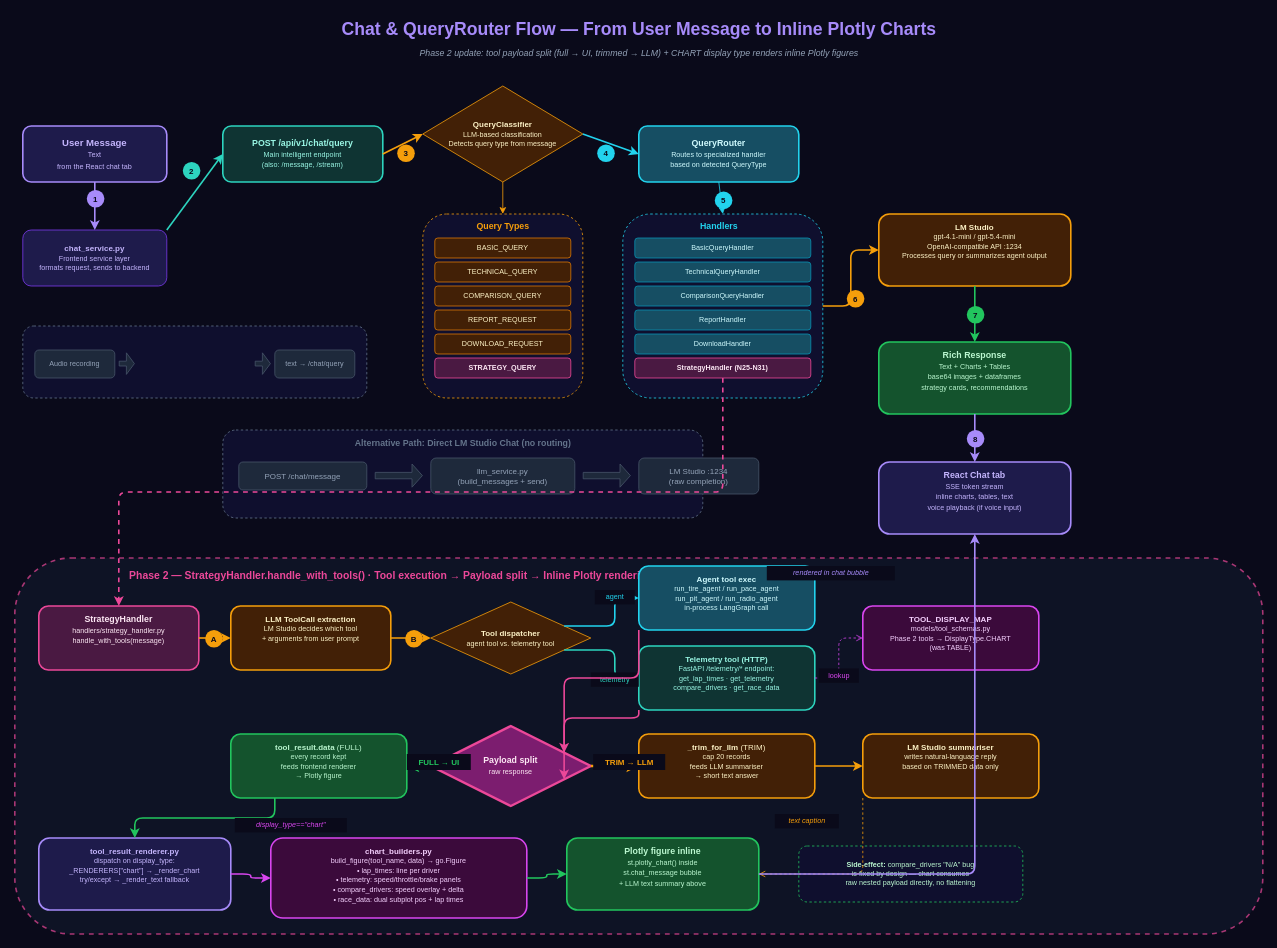
Before: documents/dev_docs/diagrams/chat_mcp_flow.drawio in VforVitorio/F1_Strat_Manager, a draw.io diagram. Source tidied: cells renumbered, new cells numbered last; positions are measured from the earlier drawing's top-left corner, leaving out a move shared by most shapes. Both pictures are drawn from the tidied source at 80%, with x=0, y=0 at pixel (14, 14).
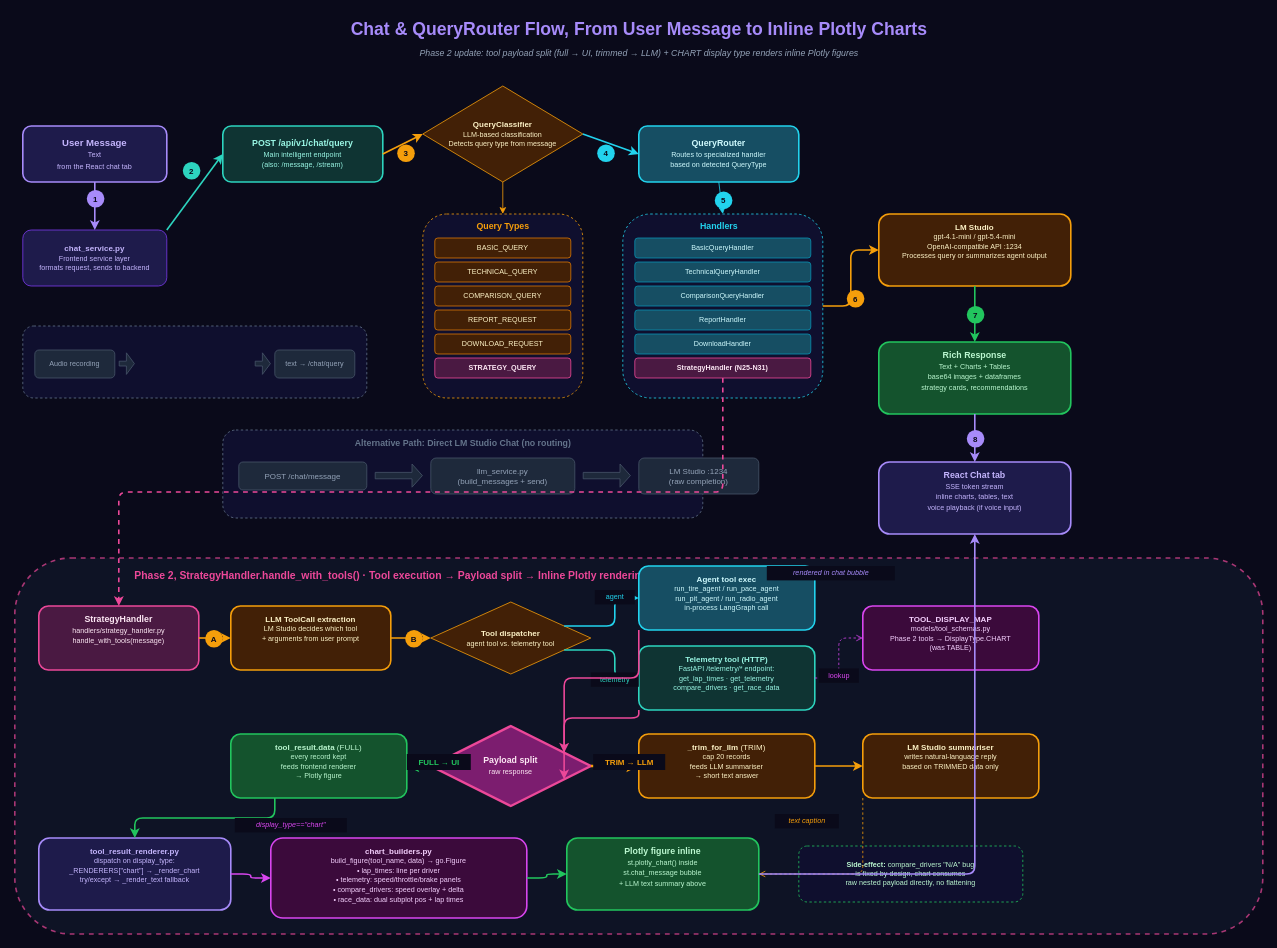
The same diagram, later.

The edit, as a diff of the source:
```diff
@@
-    <mxCell id="2" value="Chat &amp; QueryRouter Flow — From User Message to Inline Plotly Charts" style="text;html=1;align=center;verticalAlign=middle;fontSize=22;fontStyle=1;fontColor=#a78bfa;fillColor=none;strokeColor=none;" parent="1" vertex="1">
+    <mxCell id="2" value="Chat &amp; QueryRouter Flow, From User Message to Inline Plotly Charts" style="text;html=1;align=center;verticalAlign=middle;fontSize=22;fontStyle=1;fontColor=#a78bfa;fillColor=none;strokeColor=none;" parent="1" vertex="1">
       <mxGeometry x="280" width="1000" height="40" as="geometry" />
     </mxCell>
@@
-    <mxCell id="58" value="Phase 2 — StrategyHandler.handle_with_tools()  ·  Tool execution → Payload split → Inline Plotly rendering" style="text;html=1;align=center;verticalAlign=middle;fontSize=13;fontStyle=1;fontColor=#ec4899;fillColor=none;strokeColor=none;" parent="1" vertex="1">
+    <mxCell id="58" value="Phase 2, StrategyHandler.handle_with_tools()  ·  Tool execution → Payload split → Inline Plotly rendering" style="text;html=1;align=center;verticalAlign=middle;fontSize=13;fontStyle=1;fontColor=#ec4899;fillColor=none;strokeColor=none;" parent="1" vertex="1">
       <mxGeometry x="20" y="690" width="900" height="24" as="geometry" />
     </mxCell>
@@
-    <mxCell id="72" value="&lt;b&gt;Side-effect:&lt;/b&gt; compare_drivers &quot;N/A&quot; bug&lt;br&gt;is fixed by design — chart consumes&lt;br&gt;raw nested payload directly, no flattening" style="rounded=1;whiteSpace=wrap;html=1;fillColor=#0f0f2e;strokeColor=#22c55e;strokeWidth=1;dashed=1;fontColor=#bbf7d0;fontSize=9;verticalAlign=middle;align=center;" parent="1" vertex="1">
+    <mxCell id="72" value="&lt;b&gt;Side-effect:&lt;/b&gt; compare_drivers &quot;N/A&quot; bug&lt;br&gt;is fixed by design, chart consumes&lt;br&gt;raw nested payload directly, no flattening" style="rounded=1;whiteSpace=wrap;html=1;fillColor=#0f0f2e;strokeColor=#22c55e;strokeWidth=1;dashed=1;fontColor=#bbf7d0;fontSize=9;verticalAlign=middle;align=center;" parent="1" vertex="1">
       <mxGeometry x="980" y="1040" width="280" height="70" as="geometry" />
     </mxCell>
```
